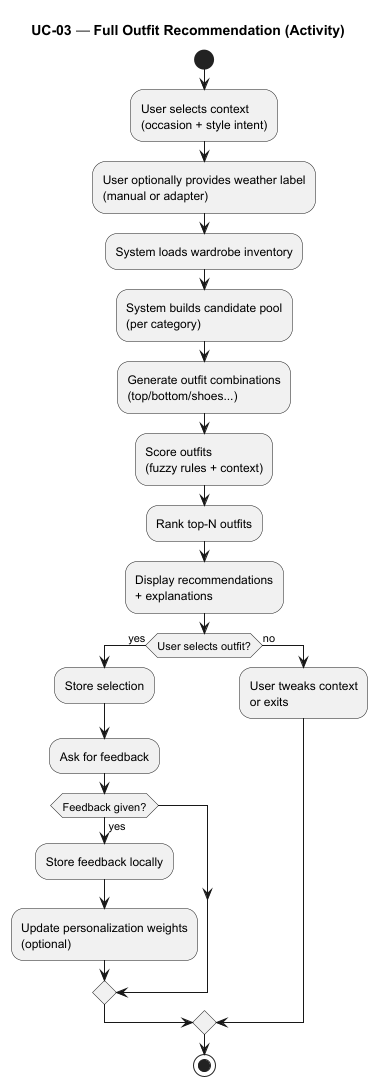
Before: Documentation/08_Diagrams_and_Assets/Diagrams_Assets/Uses_Cases_Assets/UC_03__Full_Outfit_Recommendation__Activity_.png, a diagram exported from PlantUML (QuantumDevGlitcher/SCORE).
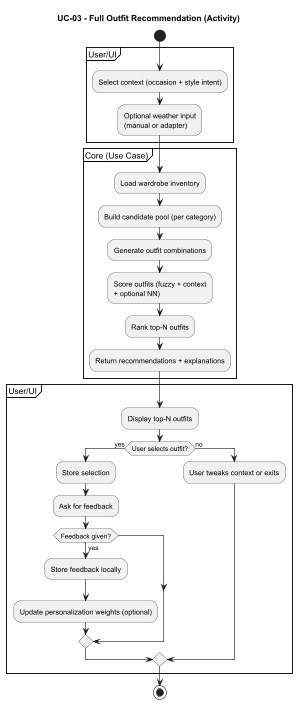
Later version of the same file.

The edit, as a diff of the source:
```diff
@@ -1,23 +1,35 @@
 @startuml
-title UC-03 — Full Outfit Recommendation (Activity)
+title UC-03 - Full Outfit Recommendation (Activity)
+
 start
-:User selects context\n(occasion + style intent);
-:User optionally provides weather label\n(manual or adapter);
-:System loads wardrobe inventory;
-:System builds candidate pool\n(per category);
-:Generate outfit combinations\n(top/bottom/shoes...);
-:Score outfits\n(fuzzy rules + context);
-:Rank top-N outfits;
-:Display recommendations\n+ explanations;
-if (User selects outfit?) then (yes)
-  :Store selection;
-  :Ask for feedback;
-  if (Feedback given?) then (yes)
-    :Store feedback locally;
-    :Update personalization weights\n(optional);
+
+partition "User/UI" {
+  :Select context (occasion + style intent);
+  :Optional weather input\n(manual or adapter);
+}
+
+partition "Core (Use Case)" {
+  :Load wardrobe inventory;
+  :Build candidate pool (per category);
+  :Generate outfit combinations;
+  :Score outfits (fuzzy + context\n+ optional NN);
+  :Rank top-N outfits;
+  :Return recommendations + explanations;
+}
+
+partition "User/UI" {
+  :Display top-N outfits;
+  if (User selects outfit?) then (yes)
+    :Store selection;
+    :Ask for feedback;
+    if (Feedback given?) then (yes)
+      :Store feedback locally;
+      :Update personalization weights (optional);
+    endif
+  else (no)
+    :User tweaks context or exits;
   endif
-else (no)
-  :User tweaks context\nor exits;
-endif
+}
+
 stop
 @enduml
```
